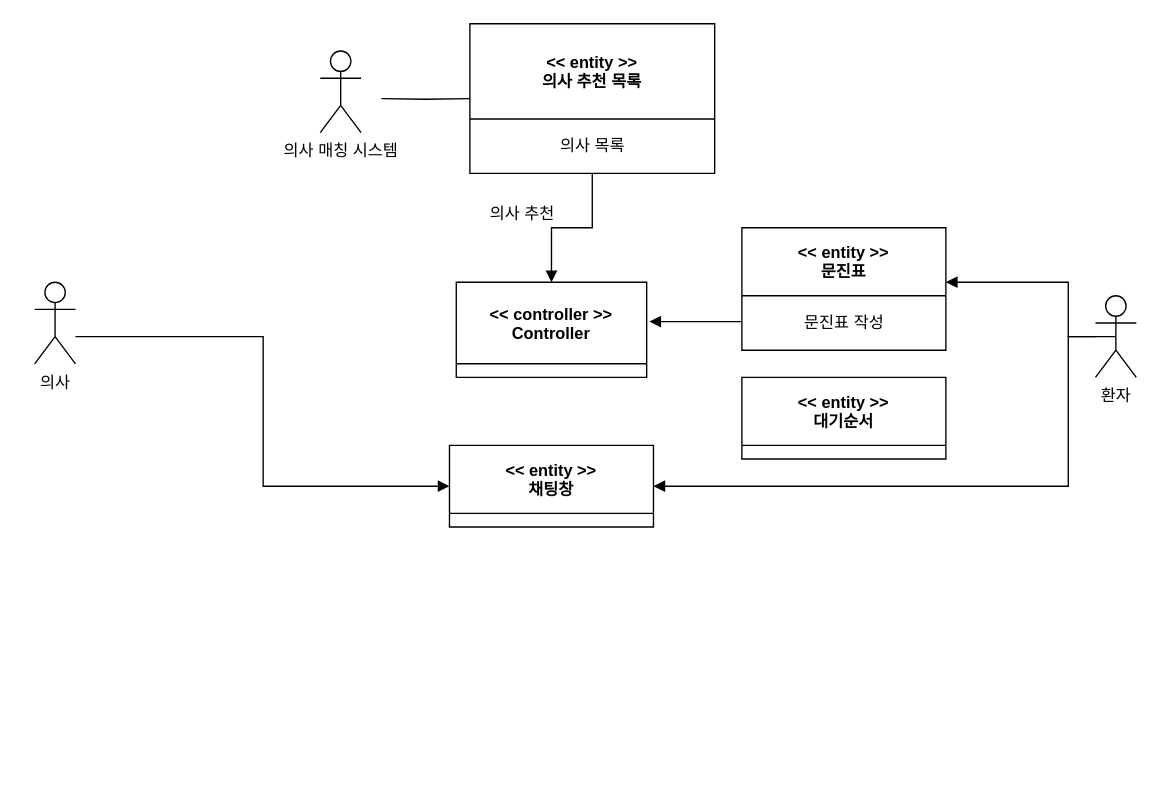
Before: doctor/domain model-UC1.drawio in yhb1834/Smart-Health-Prediction-System, a draw.io diagram. Source tidied: cells renumbered, new cells numbered last; positions are measured from the earlier drawing's top-left corner, leaving out a move shared by most shapes. Both pictures are drawn from the tidied source at 136%, with x=0, y=0 at pixel (34, 23).
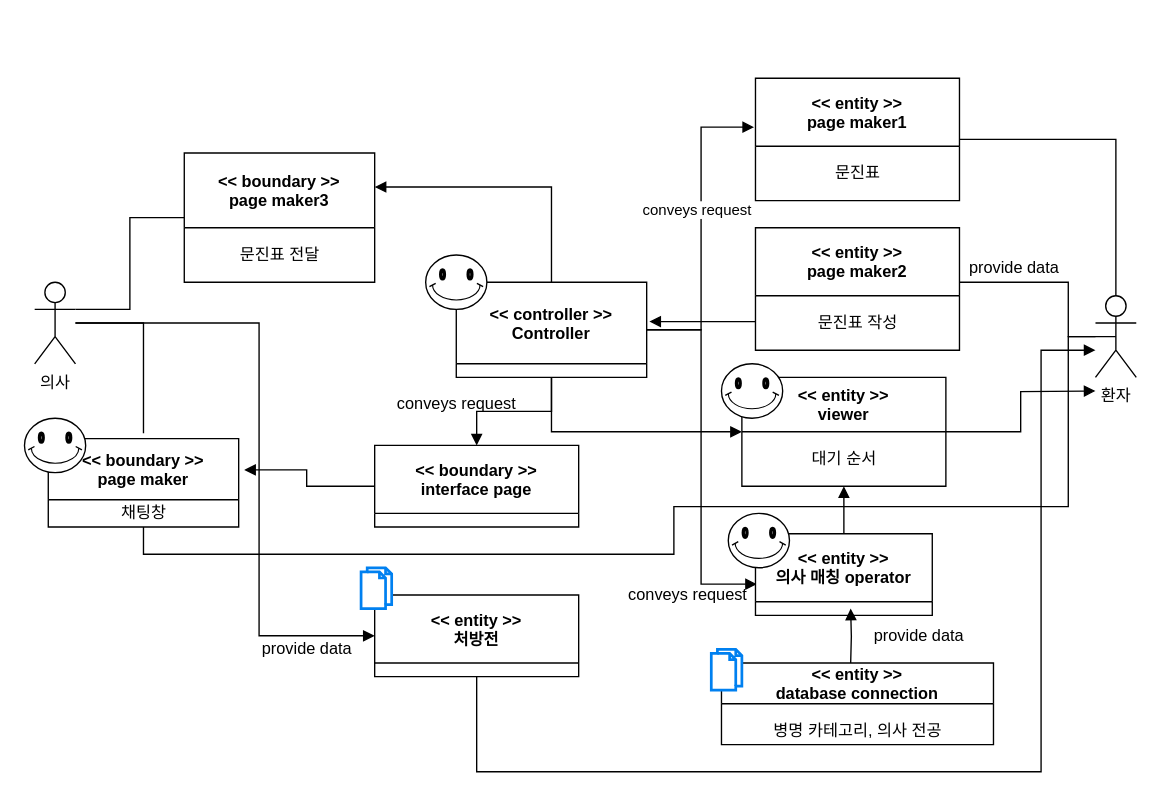
Above is the later version.

The change refers to these unchanged cells:
```xml
<mxCell id="3" value="의사" style="shape=umlActor;verticalLabelPosition=bottom;verticalAlign=top;html=1;outlineConnect=0;" parent="1" vertex="1">
  <mxGeometry y="190" width="30" height="60" as="geometry" />
</mxCell>
<mxCell id="8" value="환자" style="shape=umlActor;verticalLabelPosition=bottom;verticalAlign=top;html=1;outlineConnect=0;" parent="1" vertex="1">
  <mxGeometry x="780" y="200" width="30" height="60" as="geometry" />
</mxCell>
<mxCell id="9" value="&lt;&lt; controller &gt;&gt;&#10;Controller" style="swimlane;startSize=60;" parent="1" vertex="1">
  <mxGeometry x="310" y="190" width="140" height="70" as="geometry" />
</mxCell>
```

Change to the diagram source:
```diff
@@
-    <mxCell id="2" style="edgeStyle=orthogonalEdgeStyle;rounded=0;jettySize=auto;html=1;entryX=0;entryY=0.5;entryDx=0;entryDy=0;endArrow=block;endFill=1;" parent="1" edge="1" source="3" target="18">
+    <mxCell id="2" style="edgeStyle=orthogonalEdgeStyle;rounded=0;jettySize=auto;html=1;endArrow=none;endFill=0;" parent="1" edge="1" source="3">
       <mxGeometry relative="1" as="geometry">
+        <mxPoint x="80" y="301" as="targetPoint" />
         <Array as="points">
-          <mxPoint x="168" y="230" />
-          <mxPoint x="168" y="340" />
+          <mxPoint x="80" y="220" />
+          <mxPoint x="80" y="301" />
         </Array>
       </mxGeometry>
     </mxCell>
+    <mxCell id="19" style="edgeStyle=orthogonalEdgeStyle;rounded=0;jettySize=auto;html=1;endArrow=block;endFill=1;entryX=0;entryY=0.5;entryDx=0;entryDy=0;" parent="1" edge="1" source="3" target="34">
+      <mxGeometry relative="1" as="geometry">
+        <Array as="points">
+          <mxPoint x="165" y="220" />
+          <mxPoint x="165" y="450" />
+        </Array>
+      </mxGeometry>
+    </mxCell>
@@
-    <mxCell id="4" style="edgeStyle=orthogonalEdgeStyle;rounded=0;jettySize=auto;html=1;endArrow=none;endFill=0;entryX=0;entryY=0.5;entryDx=0;entryDy=0;" parent="1" edge="1" target="11">
-      <mxGeometry relative="1" as="geometry">
-        <mxPoint x="255" y="55" as="sourcePoint" />
-      </mxGeometry>
-    </mxCell>
-    <mxCell id="5" value="의사 매칭 시스템" style="shape=umlActor;verticalLabelPosition=bottom;verticalAlign=top;html=1;" parent="1" vertex="1">
-      <mxGeometry x="210" y="20" width="30" height="60" as="geometry" />
-    </mxCell>
@@
-    <mxCell id="7" style="edgeStyle=orthogonalEdgeStyle;rounded=0;jettySize=auto;html=1;endArrow=block;endFill=1;entryX=1;entryY=0.5;entryDx=0;entryDy=0;" parent="1" edge="1" source="8" target="18">
+    <mxCell id="7" style="edgeStyle=orthogonalEdgeStyle;rounded=0;jettySize=auto;html=1;endArrow=none;endFill=0;entryX=0.5;entryY=1;entryDx=0;entryDy=0;" parent="1" edge="1" source="8" target="43">
       <mxGeometry relative="1" as="geometry">
         <Array as="points">
           <mxPoint x="760" y="230" />
-          <mxPoint x="760" y="340" />
+          <mxPoint x="760" y="355" />
+          <mxPoint x="470" y="355" />
+          <mxPoint x="470" y="390" />
+          <mxPoint x="80" y="390" />
         </Array>
       </mxGeometry>
     </mxCell>
@@
+    <mxCell id="20" style="edgeStyle=orthogonalEdgeStyle;rounded=0;jettySize=auto;html=1;endArrow=block;endFill=1;" parent="1" edge="1" source="9" target="51">
+      <mxGeometry relative="1" as="geometry">
+        <Array as="points">
+          <mxPoint x="380" y="120" />
+        </Array>
+      </mxGeometry>
+    </mxCell>
+    <mxCell id="21" style="edgeStyle=orthogonalEdgeStyle;rounded=0;jettySize=auto;html=1;entryX=0;entryY=0.5;entryDx=0;entryDy=0;endArrow=block;endFill=1;startArrow=none;exitX=0.5;exitY=1;exitDx=0;exitDy=0;" parent="1" edge="1" source="9" target="17">
+      <mxGeometry relative="1" as="geometry" />
+    </mxCell>
+    <mxCell id="22" style="edgeStyle=orthogonalEdgeStyle;rounded=0;jettySize=auto;html=1;exitX=0.5;exitY=1;exitDx=0;exitDy=0;endArrow=block;endFill=1;" parent="1" edge="1" source="9" target="18">
+      <mxGeometry relative="1" as="geometry" />
+    </mxCell>
+    <mxCell id="23" style="edgeStyle=orthogonalEdgeStyle;rounded=0;jettySize=auto;html=1;entryX=-0.007;entryY=0.4;entryDx=0;entryDy=0;entryPerimeter=0;endArrow=block;endFill=1;" parent="1" edge="1" source="9" target="38">
+      <mxGeometry relative="1" as="geometry" />
+    </mxCell>
+    <mxCell id="24" value="conveys request" style="edgeLabel;html=1;align=center;verticalAlign=middle;" parent="23" vertex="1">
+      <mxGeometry x="0.13" y="4" relative="1" as="geometry" />
+    </mxCell>
+    <mxCell id="25" style="edgeStyle=orthogonalEdgeStyle;rounded=0;jettySize=auto;html=1;entryX=0.008;entryY=0.617;entryDx=0;entryDy=0;endArrow=block;endFill=1;entryPerimeter=0;" parent="1" edge="1" source="9" target="11">
+      <mxGeometry relative="1" as="geometry" />
+    </mxCell>
@@
-    <mxCell id="10" style="edgeStyle=orthogonalEdgeStyle;rounded=0;jettySize=auto;html=1;entryX=0.5;entryY=0;entryDx=0;entryDy=0;endArrow=block;endFill=1;" parent="1" edge="1" source="11" target="9">
-      <mxGeometry relative="1" as="geometry" />
-    </mxCell>
+    <mxCell id="26" style="verticalLabelPosition=bottom;verticalAlign=top;html=1;shape=mxgraph.basic.smiley;" parent="9" vertex="1">
+      <mxGeometry x="-22.5" y="-20" width="45" height="40" as="geometry" />
+    </mxCell>
+    <mxCell id="27" style="edgeStyle=orthogonalEdgeStyle;rounded=0;jettySize=auto;html=1;entryX=0.5;entryY=1;entryDx=0;entryDy=0;endArrow=block;endFill=1;" parent="1" edge="1" source="11" target="17">
+      <mxGeometry relative="1" as="geometry" />
+    </mxCell>
-    <mxCell id="11" value="&lt;&lt; entity &gt;&gt;&#10;의사 추천 목록" style="swimlane;startSize=70;" parent="1" vertex="1">
-      <mxGeometry x="320" width="180" height="110" as="geometry" />
+    <mxCell id="11" value="&lt;&lt; entity &gt;&gt;&#10;의사 매칭 operator" style="swimlane;startSize=50;" parent="1" vertex="1">
+      <mxGeometry x="530" y="375" width="130" height="60" as="geometry" />
     </mxCell>
-    <mxCell id="12" value="의사 목록" style="text;html=1;align=center;verticalAlign=middle;strokeColor=none;" parent="11" vertex="1">
-      <mxGeometry x="60" y="80" width="60" height="20" as="geometry" />
-    </mxCell>
-    <mxCell id="13" value="의사 추천&amp;nbsp;" style="text;html=1;align=center;verticalAlign=middle;strokeColor=none;" parent="1" vertex="1">
-      <mxGeometry x="330" y="130" width="60" height="20" as="geometry" />
-    </mxCell>
+    <mxCell id="28" style="verticalLabelPosition=bottom;verticalAlign=top;html=1;shape=mxgraph.basic.smiley;" parent="11" vertex="1">
+      <mxGeometry x="-20" y="-15" width="45" height="40" as="geometry" />
+    </mxCell>
@@
-    <mxCell id="15" value="&lt;&lt; entity &gt;&gt;&#10;문진표" style="swimlane;startSize=50;" parent="1" vertex="1">
-      <mxGeometry x="520" y="150" width="150" height="90" as="geometry" />
+    <mxCell id="15" value="&lt;&lt; entity &gt;&gt;&#10;page maker2" style="swimlane;startSize=50;" parent="1" vertex="1">
+      <mxGeometry x="530" y="150" width="150" height="90" as="geometry" />
     </mxCell>
@@
+    <mxCell id="29" style="edgeStyle=orthogonalEdgeStyle;rounded=0;jettySize=auto;html=1;endArrow=block;endFill=1;" parent="1" edge="1" source="17">
+      <mxGeometry relative="1" as="geometry">
+        <mxPoint x="780" y="270" as="targetPoint" />
+      </mxGeometry>
+    </mxCell>
-    <mxCell id="17" value="&lt;&lt; entity &gt;&gt;&#10;대기순서" style="swimlane;startSize=50;" parent="1" vertex="1">
-      <mxGeometry x="520" y="260" width="150" height="60" as="geometry" />
+    <mxCell id="17" value="&lt;&lt; entity &gt;&gt;&#10;viewer" style="swimlane;startSize=40;" parent="1" vertex="1">
+      <mxGeometry x="520" y="260" width="150" height="80" as="geometry" />
     </mxCell>
+    <mxCell id="30" value="대기 순서" style="text;html=1;align=center;verticalAlign=middle;strokeColor=none;" parent="17" vertex="1">
+      <mxGeometry x="45" y="50" width="60" height="20" as="geometry" />
+    </mxCell>
+    <mxCell id="31" style="verticalLabelPosition=bottom;verticalAlign=top;html=1;shape=mxgraph.basic.smiley;" parent="17" vertex="1">
+      <mxGeometry x="-15" y="-10" width="45" height="40" as="geometry" />
+    </mxCell>
+    <mxCell id="32" style="edgeStyle=orthogonalEdgeStyle;rounded=0;jettySize=auto;html=1;entryX=1.029;entryY=0.354;entryDx=0;entryDy=0;entryPerimeter=0;endArrow=block;endFill=1;" parent="1" edge="1" source="18" target="43">
+      <mxGeometry relative="1" as="geometry" />
+    </mxCell>
-    <mxCell id="18" value="&lt;&lt; entity &gt;&gt;&#10;채팅창" style="swimlane;startSize=50;" parent="1" vertex="1">
-      <mxGeometry x="305" y="310" width="150" height="60" as="geometry" />
+    <mxCell id="18" value="&lt;&lt; boundary &gt;&gt;&#10;interface page" style="swimlane;startSize=50;" parent="1" vertex="1">
+      <mxGeometry x="250" y="310" width="150" height="60" as="geometry" />
     </mxCell>
+    <mxCell id="33" style="edgeStyle=orthogonalEdgeStyle;rounded=0;jettySize=auto;html=1;endArrow=block;endFill=1;" parent="1" edge="1" source="34" target="8">
+      <mxGeometry relative="1" as="geometry">
+        <Array as="points">
+          <mxPoint x="325" y="550" />
+          <mxPoint x="740" y="550" />
+          <mxPoint x="740" y="240" />
+        </Array>
+      </mxGeometry>
+    </mxCell>
+    <mxCell id="34" value="&lt;&lt; entity &gt;&gt;&#10;처방전" style="swimlane;startSize=50;" parent="1" vertex="1">
+      <mxGeometry x="250" y="420" width="150" height="60" as="geometry" />
+    </mxCell>
+    <mxCell id="35" style="html=1;verticalLabelPosition=bottom;align=center;labelBackgroundColor=#ffffff;verticalAlign=top;strokeWidth=2;strokeColor=#0080F0;shadow=0;dashed=0;shape=mxgraph.ios7.icons.documents;" parent="34" vertex="1">
+      <mxGeometry x="-10" y="-20" width="22.5" height="30" as="geometry" />
+    </mxCell>
+    <mxCell id="36" value="provide data" style="text;html=1;align=center;verticalAlign=middle;strokeColor=none;" parent="1" vertex="1">
+      <mxGeometry x="680" y="170" width="80" height="20" as="geometry" />
+    </mxCell>
+    <mxCell id="37" style="edgeStyle=orthogonalEdgeStyle;rounded=0;jettySize=auto;html=1;endArrow=none;endFill=0;" parent="1" edge="1" source="38" target="8">
+      <mxGeometry relative="1" as="geometry" />
+    </mxCell>
+    <mxCell id="38" value="&lt;&lt; entity &gt;&gt;&#10;page maker1" style="swimlane;startSize=50;" parent="1" vertex="1">
+      <mxGeometry x="530" y="40" width="150" height="90" as="geometry" />
+    </mxCell>
+    <mxCell id="39" value="문진표" style="text;html=1;align=center;verticalAlign=middle;strokeColor=none;" parent="38" vertex="1">
+      <mxGeometry x="50" y="60" width="50" height="20" as="geometry" />
+    </mxCell>
+    <mxCell id="40" style="edgeStyle=orthogonalEdgeStyle;rounded=0;orthogonalLoop=1;jettySize=auto;html=1;endArrow=block;endFill=1;" parent="1" edge="1">
+      <mxGeometry relative="1" as="geometry">
+        <mxPoint x="600" y="470" as="sourcePoint" />
+        <mxPoint x="600" y="430" as="targetPoint" />
+      </mxGeometry>
+    </mxCell>
+    <mxCell id="41" value="&lt;&lt; entity &gt;&gt;&#10;database connection" style="swimlane;startSize=30;" parent="1" vertex="1">
+      <mxGeometry x="505" y="470" width="200" height="60" as="geometry" />
+    </mxCell>
+    <mxCell id="42" value="병명 카테고리, 의사 전공" style="text;html=1;align=center;verticalAlign=middle;strokeColor=none;" parent="41" vertex="1">
+      <mxGeometry x="35" y="40" width="130" height="20" as="geometry" />
+    </mxCell>
+    <mxCell id="43" value="&lt;&lt; boundary &gt;&gt;&#10;page maker" style="swimlane;startSize=45;" parent="1" vertex="1">
+      <mxGeometry x="10" y="305" width="140" height="65" as="geometry" />
+    </mxCell>
+    <mxCell id="44" value="채팅창" style="text;html=1;align=center;verticalAlign=middle;strokeColor=none;" parent="43" vertex="1">
+      <mxGeometry x="45" y="45" width="50" height="20" as="geometry" />
+    </mxCell>
+    <mxCell id="45" style="verticalLabelPosition=bottom;verticalAlign=top;html=1;shape=mxgraph.basic.smiley;" parent="43" vertex="1">
+      <mxGeometry x="-17.5" y="-15" width="45" height="40" as="geometry" />
+    </mxCell>
+    <mxCell id="46" value="conveys request" style="text;html=1;align=center;verticalAlign=middle;strokeColor=none;" parent="1" vertex="1">
+      <mxGeometry x="260" y="270" width="100" height="20" as="geometry" />
+    </mxCell>
+    <mxCell id="47" value="provide data" style="text;html=1;align=center;verticalAlign=middle;strokeColor=none;" parent="1" vertex="1">
+      <mxGeometry x="160" y="450" width="80" height="20" as="geometry" />
+    </mxCell>
+    <mxCell id="48" value="conveys request" style="text;html=1;align=center;verticalAlign=middle;strokeColor=none;" parent="1" vertex="1">
+      <mxGeometry x="430" y="410" width="100" height="20" as="geometry" />
+    </mxCell>
+    <mxCell id="49" value="provide data" style="text;html=1;align=center;verticalAlign=middle;strokeColor=none;" parent="1" vertex="1">
+      <mxGeometry x="610" y="440" width="80" height="20" as="geometry" />
+    </mxCell>
+    <mxCell id="50" style="edgeStyle=orthogonalEdgeStyle;rounded=0;jettySize=auto;html=1;entryX=1;entryY=0.3333333333333333;entryDx=0;entryDy=0;entryPerimeter=0;endArrow=none;endFill=0;" parent="1" edge="1" source="51" target="3">
+      <mxGeometry relative="1" as="geometry" />
+    </mxCell>
+    <mxCell id="51" value="&lt;&lt; boundary &gt;&gt;&#10;page maker3" style="swimlane;startSize=55;" parent="1" vertex="1">
+      <mxGeometry x="110" y="95" width="140" height="95" as="geometry" />
+    </mxCell>
+    <mxCell id="52" value="문진표 전달" style="text;html=1;align=center;verticalAlign=middle;strokeColor=none;" parent="51" vertex="1">
+      <mxGeometry x="35" y="65" width="70" height="20" as="geometry" />
+    </mxCell>
+    <mxCell id="53" style="html=1;verticalLabelPosition=bottom;align=center;labelBackgroundColor=#ffffff;verticalAlign=top;strokeWidth=2;strokeColor=#0080F0;shadow=0;dashed=0;shape=mxgraph.ios7.icons.documents;" parent="1" vertex="1">
+      <mxGeometry x="497.5" y="460" width="22.5" height="30" as="geometry" />
+    </mxCell>
```
